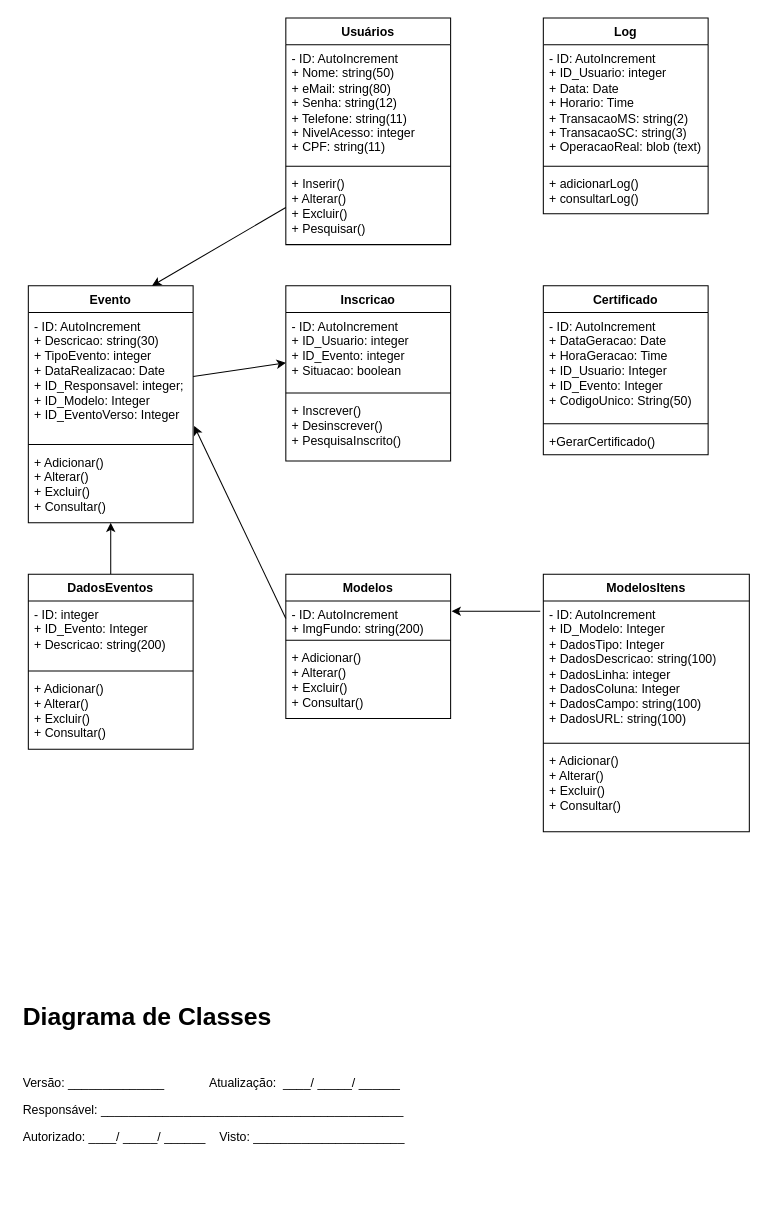
Before: DiagramaClasses.drawio in DouglasRibeiro23/Certificados, a draw.io diagram. Source tidied: cells renumbered, new cells numbered last; positions are measured from the earlier drawing's top-left corner, leaving out a move shared by most shapes. Both pictures are drawn from the tidied source at 103%, with x=0, y=0 at pixel (18, 18).
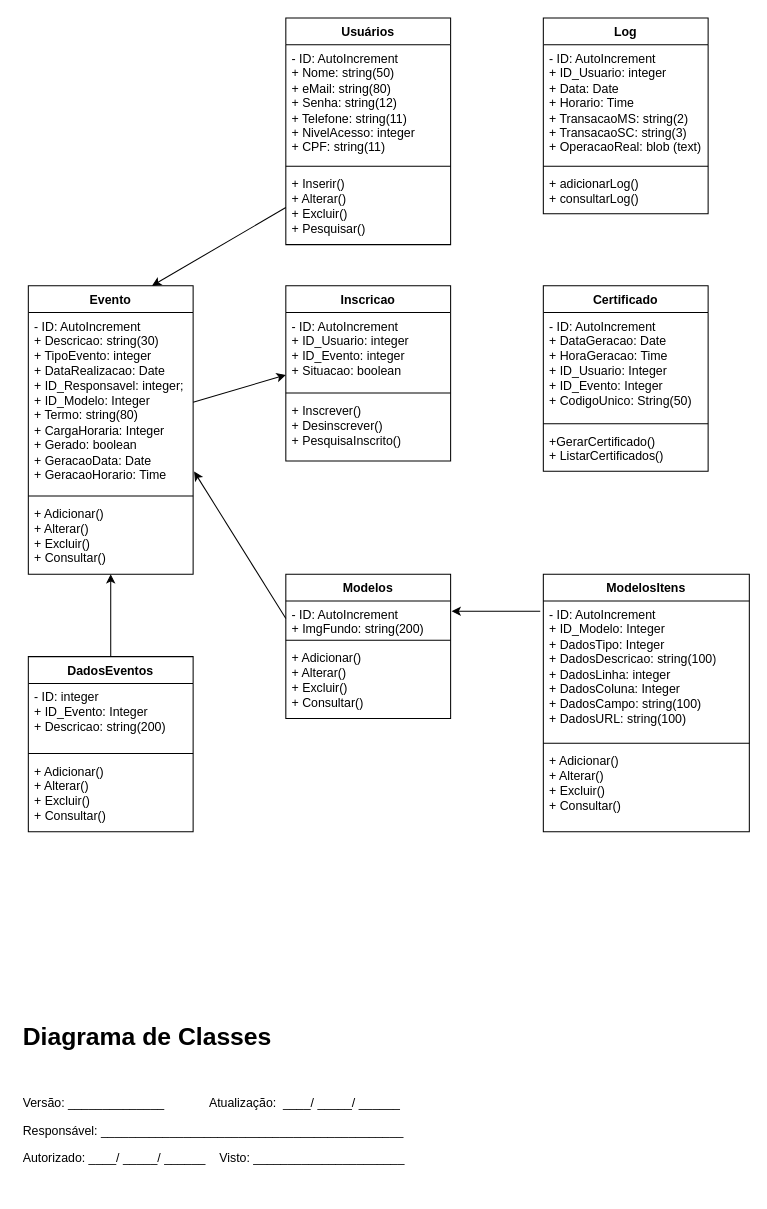
The same diagram, later.

The edit, as a diff of the source:
```diff
@@
     <mxCell id="10" value="Evento" style="swimlane;fontStyle=1;align=center;verticalAlign=top;horizontal=1;startSize=26;whiteSpace=wrap;html=1;" parent="1" vertex="1">
-      <mxGeometry x="10" y="260" width="160" height="230" as="geometry" />
+      <mxGeometry x="10" y="260" width="160" height="280" as="geometry" />
     </mxCell>
-    <mxCell id="11" value="- ID: AutoIncrement&lt;br&gt;+ Descricao: string(30)&lt;br&gt;+ TipoEvento: integer&lt;br&gt;+ DataRealizacao: Date&lt;br&gt;+ ID_Responsavel: integer;&lt;br&gt;+ ID_Modelo: Integer&lt;br&gt;+ ID_EventoVerso: Integer" style="text;strokeColor=none;fillColor=none;align=left;verticalAlign=top;spacingLeft=4;spacingRight=4;overflow=hidden;points=[[0,0.5],[1,0.5]];portConstraint=eastwest;whiteSpace=wrap;html=1;" parent="10" vertex="1">
-      <mxGeometry y="26" width="160" height="124" as="geometry" />
+    <mxCell id="11" value="- ID: AutoIncrement&lt;br&gt;+ Descricao: string(30)&lt;br&gt;+ TipoEvento: integer&lt;br&gt;+ DataRealizacao: Date&lt;br&gt;+ ID_Responsavel: integer;&lt;br&gt;+ ID_Modelo: Integer&lt;br&gt;+ Termo: string(80)&lt;br&gt;+ CargaHoraria: Integer&lt;br&gt;+ Gerado: boolean&lt;br&gt;+ GeracaoData: Date&lt;br&gt;+ GeracaoHorario: Time" style="text;strokeColor=none;fillColor=none;align=left;verticalAlign=top;spacingLeft=4;spacingRight=4;overflow=hidden;points=[[0,0.5],[1,0.5]];portConstraint=eastwest;whiteSpace=wrap;html=1;" parent="10" vertex="1">
+      <mxGeometry y="26" width="160" height="174" as="geometry" />
     </mxCell>
     <mxCell id="12" style="line;strokeWidth=1;fillColor=none;align=left;verticalAlign=middle;spacingTop=-1;spacingLeft=3;spacingRight=3;labelPosition=right;strokeColor=inherit;" parent="10" vertex="1">
-      <mxGeometry y="150" width="160" height="8" as="geometry" />
+      <mxGeometry y="200" width="160" height="8" as="geometry" />
     </mxCell>
     <mxCell id="13" value="+ Adicionar()&lt;br&gt;+ Alterar()&lt;br&gt;+ Excluir()&lt;br&gt;+ Consultar()" style="text;strokeColor=none;fillColor=none;align=left;verticalAlign=top;spacingLeft=4;spacingRight=4;overflow=hidden;points=[[0,0.5],[1,0.5]];portConstraint=eastwest;whiteSpace=wrap;html=1;" parent="10" vertex="1">
-      <mxGeometry y="158" width="160" height="72" as="geometry" />
+      <mxGeometry y="208" width="160" height="72" as="geometry" />
     </mxCell>
@@
     <mxCell id="18" value="Certificado" style="swimlane;fontStyle=1;align=center;verticalAlign=top;horizontal=1;startSize=26;whiteSpace=wrap;html=1;" parent="1" vertex="1">
-      <mxGeometry x="510" y="260" width="160" height="164" as="geometry" />
+      <mxGeometry x="510" y="260" width="160" height="180" as="geometry" />
     </mxCell>
@@
-    <mxCell id="21" value="+GerarCertificado()" style="text;strokeColor=none;fillColor=none;align=left;verticalAlign=top;spacingLeft=4;spacingRight=4;overflow=hidden;whiteSpace=wrap;html=1;" parent="18" vertex="1">
-      <mxGeometry y="138" width="160" height="26" as="geometry" />
+    <mxCell id="21" value="+GerarCertificado()&lt;br&gt;+ ListarCertificados()" style="text;strokeColor=none;fillColor=none;align=left;verticalAlign=top;spacingLeft=4;spacingRight=4;overflow=hidden;whiteSpace=wrap;html=1;" parent="18" vertex="1">
+      <mxGeometry y="138" width="160" height="42" as="geometry" />
     </mxCell>
@@
     <mxCell id="23" value="DadosEventos" style="swimlane;fontStyle=1;align=center;verticalAlign=top;horizontal=1;startSize=26;whiteSpace=wrap;html=1;" parent="1" vertex="1">
-      <mxGeometry x="10" y="540" width="160" height="170" as="geometry" />
+      <mxGeometry x="10" y="620" width="160" height="170" as="geometry" />
     </mxCell>
@@
     <mxCell id="39" value="&lt;h1&gt;Diagrama de Classes&lt;/h1&gt;&lt;p&gt;&lt;br&gt;&lt;/p&gt;&lt;p&gt;Versão: ______________&amp;nbsp; &amp;nbsp; &amp;nbsp; &amp;nbsp; &amp;nbsp; &amp;nbsp; &amp;nbsp;Atualização:&amp;nbsp; ____/ _____/ ______&lt;/p&gt;&lt;p&gt;Responsável: ____________________________________________&lt;/p&gt;&lt;p&gt;&lt;/p&gt;Autorizado: ____/ _____/ ______&amp;nbsp; &amp;nbsp; Visto: ______________________" style="text;html=1;strokeColor=none;fillColor=none;spacing=5;spacingTop=-20;whiteSpace=wrap;overflow=hidden;rounded=0;" parent="1" vertex="1">
-      <mxGeometry y="950" width="460" height="180" as="geometry" />
+      <mxGeometry y="970" width="460" height="169" as="geometry" />
     </mxCell>
```
